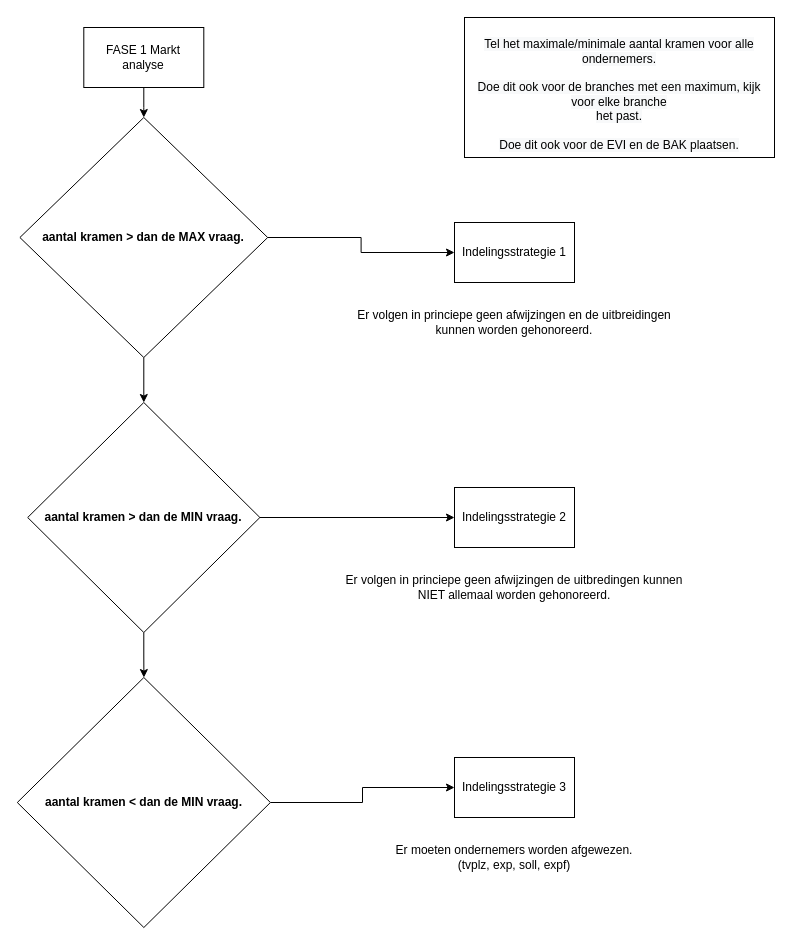
Above: diagrams/fase-1.drawio in Amsterdam/makkelijkemarkt-allocation (draw.io), before the change. Source tidied: cells renumbered, new cells numbered last; positions are measured from the earlier drawing's top-left corner, leaving out a move shared by most shapes. Both pictures are drawn from the tidied source at 100%, with x=0, y=0 at pixel (17, 17).
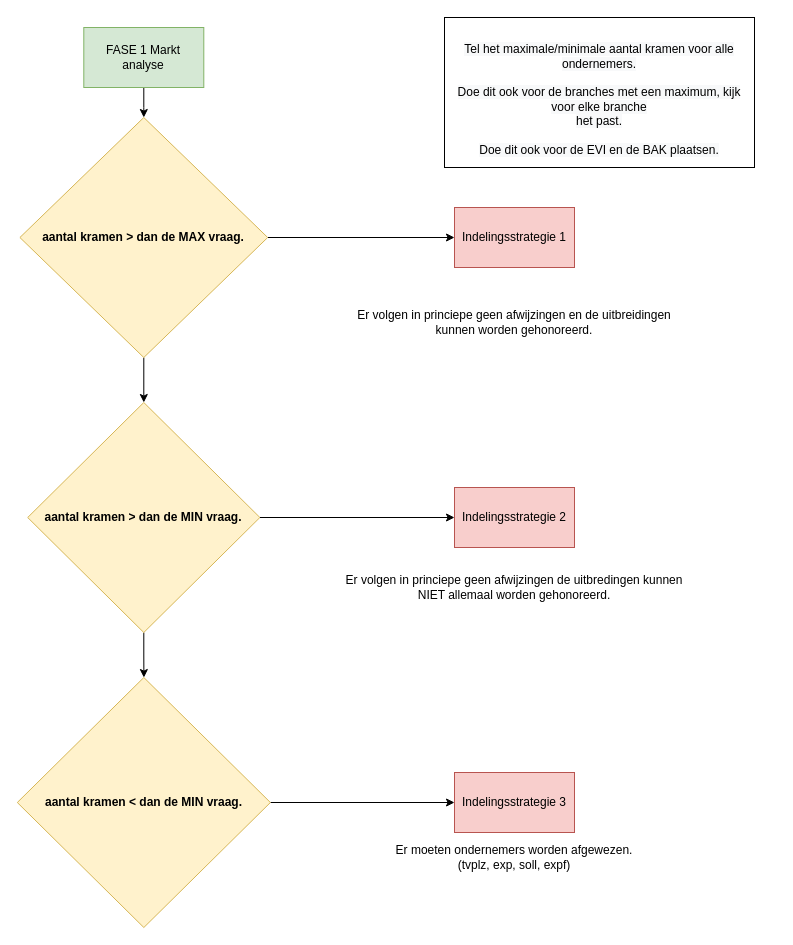
The same page after the edit.

Change to the diagram source:
```diff
@@
 <mxGraphModel>
   <root>
     <mxCell id="0" />
     <mxCell id="1" parent="0" />
     <mxCell id="2" style="edgeStyle=orthogonalEdgeStyle;rounded=0;jettySize=auto;html=1;" parent="1" edge="1" source="3" target="6">
       <mxGeometry relative="1" as="geometry" />
     </mxCell>
-    <mxCell id="3" value="FASE 1 Markt analyse" style="rounded=0;whiteSpace=wrap;html=1;" parent="1" vertex="1">
+    <mxCell id="3" value="FASE 1 Markt analyse" style="rounded=0;whiteSpace=wrap;html=1;fillColor=#d5e8d4;strokeColor=#82b366;" parent="1" vertex="1">
       <mxGeometry x="66.3" y="10" width="120" height="60" as="geometry" />
     </mxCell>
     <mxCell id="4" style="edgeStyle=orthogonalEdgeStyle;rounded=0;jettySize=auto;html=1;" parent="1" edge="1" source="6" target="7">
       <mxGeometry relative="1" as="geometry" />
     </mxCell>
     <mxCell id="5" style="edgeStyle=orthogonalEdgeStyle;rounded=0;jettySize=auto;html=1;exitX=0.5;exitY=1;exitDx=0;exitDy=0;" parent="1" edge="1" source="6" target="10">
       <mxGeometry relative="1" as="geometry" />
     </mxCell>
-    <mxCell id="6" value="&lt;b&gt;aantal kramen &amp;gt; dan de MAX vraag.&lt;/b&gt;&lt;br&gt;" style="rhombus;whiteSpace=wrap;html=1;rounded=0;" parent="1" vertex="1">
+    <mxCell id="6" value="&lt;b&gt;aantal kramen &amp;gt; dan de MAX vraag.&lt;/b&gt;&lt;br&gt;" style="rhombus;whiteSpace=wrap;html=1;rounded=0;fillColor=#fff2cc;strokeColor=#d6b656;" parent="1" vertex="1">
       <mxGeometry x="2.4" y="100" width="247.8" height="240" as="geometry" />
     </mxCell>
-    <mxCell id="7" value="Indelingsstrategie 1" style="whiteSpace=wrap;html=1;rounded=0;" parent="1" vertex="1">
-      <mxGeometry x="437" y="205" width="120" height="60" as="geometry" />
+    <mxCell id="7" value="Indelingsstrategie 1" style="whiteSpace=wrap;html=1;rounded=0;fillColor=#f8cecc;strokeColor=#b85450;" parent="1" vertex="1">
+      <mxGeometry x="437" y="190" width="120" height="60" as="geometry" />
     </mxCell>
     <mxCell id="8" style="edgeStyle=orthogonalEdgeStyle;rounded=0;jettySize=auto;html=1;" parent="1" edge="1" source="10" target="11">
       <mxGeometry relative="1" as="geometry" />
     </mxCell>
     <mxCell id="9" style="edgeStyle=orthogonalEdgeStyle;rounded=0;jettySize=auto;html=1;" parent="1" edge="1" source="10" target="14">
       <mxGeometry relative="1" as="geometry" />
     </mxCell>
-    <mxCell id="10" value="&lt;b&gt;aantal kramen &amp;gt; dan de MIN vraag.&lt;/b&gt;&lt;br&gt;" style="rhombus;whiteSpace=wrap;html=1;rounded=0;" parent="1" vertex="1">
+    <mxCell id="10" value="&lt;b&gt;aantal kramen &amp;gt; dan de MIN vraag.&lt;/b&gt;&lt;br&gt;" style="rhombus;whiteSpace=wrap;html=1;rounded=0;fillColor=#fff2cc;strokeColor=#d6b656;" parent="1" vertex="1">
       <mxGeometry x="10.2" y="385" width="232.2" height="230" as="geometry" />
     </mxCell>
-    <mxCell id="11" value="Indelingsstrategie 2" style="whiteSpace=wrap;html=1;rounded=0;" parent="1" vertex="1">
+    <mxCell id="11" value="Indelingsstrategie 2" style="whiteSpace=wrap;html=1;rounded=0;fillColor=#f8cecc;strokeColor=#b85450;" parent="1" vertex="1">
       <mxGeometry x="437" y="470" width="120" height="60" as="geometry" />
     </mxCell>
     <mxCell id="12" value="&lt;br style=&quot;color: rgb(0 , 0 , 0) ; font-family: &amp;#34;helvetica&amp;#34; ; font-size: 12px ; font-style: normal ; font-weight: 400 ; letter-spacing: normal ; text-align: center ; text-indent: 0px ; text-transform: none ; word-spacing: 0px ; background-color: rgb(248 , 249 , 250)&quot;&gt;&lt;span style=&quot;color: rgb(0 , 0 , 0) ; font-family: &amp;#34;helvetica&amp;#34; ; font-size: 12px ; font-style: normal ; font-weight: 400 ; letter-spacing: normal ; text-align: center ; text-indent: 0px ; text-transform: none ; word-spacing: 0px ; background-color: rgb(248 , 249 , 250) ; display: inline ; float: none&quot;&gt;Tel het maximale/minimale aantal kramen voor alle ondernemers.&lt;/span&gt;&lt;br style=&quot;color: rgb(0 , 0 , 0) ; font-family: &amp;#34;helvetica&amp;#34; ; font-size: 12px ; font-style: normal ; font-weight: 400 ; letter-spacing: normal ; text-align: center ; text-indent: 0px ; text-transform: none ; word-spacing: 0px ; background-color: rgb(248 , 249 , 250)&quot;&gt;&lt;br style=&quot;color: rgb(0 , 0 , 0) ; font-family: &amp;#34;helvetica&amp;#34; ; font-size: 12px ; font-style: normal ; font-weight: 400 ; letter-spacing: normal ; text-align: center ; text-indent: 0px ; text-transform: none ; word-spacing: 0px ; background-color: rgb(248 , 249 , 250)&quot;&gt;&lt;span style=&quot;color: rgb(0 , 0 , 0) ; font-family: &amp;#34;helvetica&amp;#34; ; font-size: 12px ; font-style: normal ; font-weight: 400 ; letter-spacing: normal ; text-align: center ; text-indent: 0px ; text-transform: none ; word-spacing: 0px ; background-color: rgb(248 , 249 , 250) ; display: inline ; float: none&quot;&gt;Doe dit ook voor de branches met een maximum, kijk voor elke branche&lt;/span&gt;&lt;br style=&quot;color: rgb(0 , 0 , 0) ; font-family: &amp;#34;helvetica&amp;#34; ; font-size: 12px ; font-style: normal ; font-weight: 400 ; letter-spacing: normal ; text-align: center ; text-indent: 0px ; text-transform: none ; word-spacing: 0px ; background-color: rgb(248 , 249 , 250)&quot;&gt;&lt;span style=&quot;color: rgb(0 , 0 , 0) ; font-family: &amp;#34;helvetica&amp;#34; ; font-size: 12px ; font-style: normal ; font-weight: 400 ; letter-spacing: normal ; text-align: center ; text-indent: 0px ; text-transform: none ; word-spacing: 0px ; background-color: rgb(248 , 249 , 250) ; display: inline ; float: none&quot;&gt;het past.&lt;/span&gt;&lt;br style=&quot;color: rgb(0 , 0 , 0) ; font-family: &amp;#34;helvetica&amp;#34; ; font-size: 12px ; font-style: normal ; font-weight: 400 ; letter-spacing: normal ; text-align: center ; text-indent: 0px ; text-transform: none ; word-spacing: 0px ; background-color: rgb(248 , 249 , 250)&quot;&gt;&lt;br style=&quot;color: rgb(0 , 0 , 0) ; font-family: &amp;#34;helvetica&amp;#34; ; font-size: 12px ; font-style: normal ; font-weight: 400 ; letter-spacing: normal ; text-align: center ; text-indent: 0px ; text-transform: none ; word-spacing: 0px ; background-color: rgb(248 , 249 , 250)&quot;&gt;&lt;span style=&quot;color: rgb(0 , 0 , 0) ; font-family: &amp;#34;helvetica&amp;#34; ; font-size: 12px ; font-style: normal ; font-weight: 400 ; letter-spacing: normal ; text-align: center ; text-indent: 0px ; text-transform: none ; word-spacing: 0px ; background-color: rgb(248 , 249 , 250) ; display: inline ; float: none&quot;&gt;Doe dit ook voor de EVI en de BAK plaatsen.&lt;/span&gt;" style="whiteSpace=wrap;html=1;" parent="1" vertex="1">
-      <mxGeometry x="447" width="310" height="140" as="geometry" />
+      <mxGeometry x="427" width="310" height="150" as="geometry" />
     </mxCell>
     <mxCell id="13" style="edgeStyle=orthogonalEdgeStyle;rounded=0;jettySize=auto;html=1;" parent="1" edge="1" source="14" target="15">
       <mxGeometry relative="1" as="geometry" />
     </mxCell>
-    <mxCell id="14" value="&lt;b&gt;aantal kramen &amp;lt; dan de MIN vraag.&lt;/b&gt;" style="rhombus;whiteSpace=wrap;html=1;rounded=0;" parent="1" vertex="1">
+    <mxCell id="14" value="&lt;b&gt;aantal kramen &amp;lt; dan de MIN vraag.&lt;/b&gt;" style="rhombus;whiteSpace=wrap;html=1;rounded=0;fillColor=#fff2cc;strokeColor=#d6b656;" parent="1" vertex="1">
       <mxGeometry x="-0.2" y="660" width="253.1" height="250" as="geometry" />
     </mxCell>
-    <mxCell id="15" value="Indelingsstrategie 3" style="whiteSpace=wrap;html=1;rounded=0;" parent="1" vertex="1">
-      <mxGeometry x="437" y="740" width="120" height="60" as="geometry" />
+    <mxCell id="15" value="Indelingsstrategie 3" style="whiteSpace=wrap;html=1;rounded=0;fillColor=#f8cecc;strokeColor=#b85450;" parent="1" vertex="1">
+      <mxGeometry x="437" y="755" width="120" height="60" as="geometry" />
     </mxCell>
     <mxCell id="16" value="Er volgen in princiepe geen afwijzingen en de uitbreidingen kunnen worden gehonoreerd." style="text;html=1;strokeColor=none;fillColor=none;align=center;verticalAlign=middle;whiteSpace=wrap;rounded=0;" parent="1" vertex="1">
       <mxGeometry x="327" y="265" width="340" height="80" as="geometry" />
     </mxCell>
     <mxCell id="17" value="Er volgen in princiepe geen afwijzingen de uitbredingen kunnen NIET allemaal worden gehonoreerd." style="text;html=1;strokeColor=none;fillColor=none;align=center;verticalAlign=middle;whiteSpace=wrap;rounded=0;" parent="1" vertex="1">
       <mxGeometry x="327" y="530" width="340" height="80" as="geometry" />
     </mxCell>
     <mxCell id="18" value="Er moeten ondernemers worden afgewezen.&lt;br&gt;(tvplz, exp, soll, expf)" style="text;html=1;strokeColor=none;fillColor=none;align=center;verticalAlign=middle;whiteSpace=wrap;rounded=0;" parent="1" vertex="1">
       <mxGeometry x="327" y="800" width="340" height="80" as="geometry" />
     </mxCell>
   </root>
 </mxGraphModel>
```
